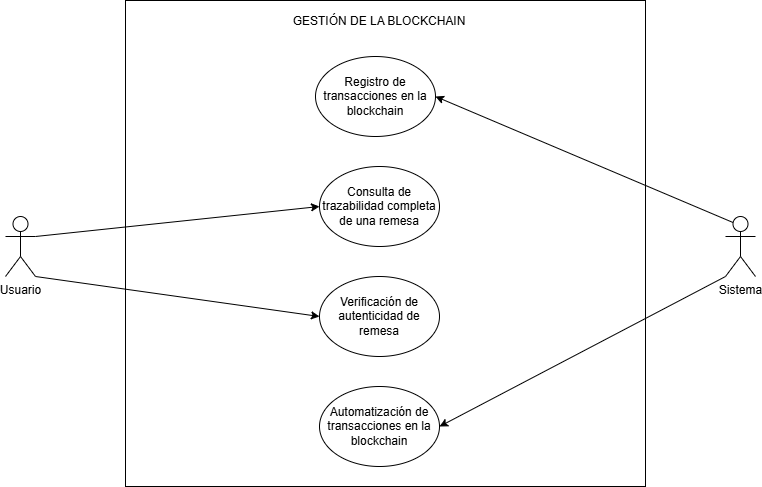
Juanjomrtz19/Trabajo-de-fin-de-grado-BlockTrack keeps this draw.io diagram as Memoria/imagenes/Analisis/gestionDeLaBlockchain.png. Above is the earlier version. Source tidied: cells renumbered, new cells last; positions are measured from the earlier drawing's top-left corner, leaving out a move shared by most shapes. Source of this version:
```xml
<mxGraphModel>
  <root>
    <mxCell id="0" />
    <mxCell id="1" parent="0" />
    <mxCell id="2" style="rounded=0;whiteSpace=wrap;html=1;" parent="1" vertex="1">
      <mxGeometry x="120" width="520" height="486" as="geometry" />
    </mxCell>
    <mxCell id="3" value="Registro de transacciones en la blockchain" style="ellipse;whiteSpace=wrap;html=1;" parent="1" vertex="1">
      <mxGeometry x="310" y="56" width="120" height="80" as="geometry" />
    </mxCell>
    <mxCell id="4" value="Consulta de trazabilidad completa de una remesa" style="ellipse;whiteSpace=wrap;html=1;" parent="1" vertex="1">
      <mxGeometry x="314" y="166" width="120" height="80" as="geometry" />
    </mxCell>
    <mxCell id="5" value="Verificación de autenticidad de remesa" style="ellipse;whiteSpace=wrap;html=1;" parent="1" vertex="1">
      <mxGeometry x="314" y="276" width="120" height="80" as="geometry" />
    </mxCell>
    <mxCell id="6" value="Automatización de transacciones en la blockchain" style="ellipse;whiteSpace=wrap;html=1;" parent="1" vertex="1">
      <mxGeometry x="314" y="386" width="120" height="80" as="geometry" />
    </mxCell>
    <mxCell id="7" value="Usuario&lt;div&gt;&lt;br&gt;&lt;/div&gt;" style="shape=umlActor;verticalLabelPosition=bottom;verticalAlign=top;html=1;outlineConnect=0;" parent="1" vertex="1">
      <mxGeometry y="216" width="30" height="60" as="geometry" />
    </mxCell>
    <mxCell id="8" value="&lt;div&gt;Sistema&lt;/div&gt;&lt;div&gt;&lt;br&gt;&lt;/div&gt;" style="shape=umlActor;verticalLabelPosition=bottom;verticalAlign=top;html=1;outlineConnect=0;" parent="1" vertex="1">
      <mxGeometry x="720" y="216" width="30" height="60" as="geometry" />
    </mxCell>
    <mxCell id="9" style="endArrow=classic;html=1;rounded=0;entryX=1;entryY=0.5;entryDx=0;entryDy=0;exitX=0.25;exitY=0.1;exitDx=0;exitDy=0;exitPerimeter=0;" parent="1" edge="1" source="8" target="3">
      <mxGeometry relative="1" as="geometry" />
    </mxCell>
    <mxCell id="10" style="endArrow=classic;html=1;rounded=0;entryX=1;entryY=0.5;entryDx=0;entryDy=0;exitX=0;exitY=1;exitDx=0;exitDy=0;exitPerimeter=0;" parent="1" edge="1" source="8" target="6">
      <mxGeometry relative="1" as="geometry" />
    </mxCell>
    <mxCell id="11" style="endArrow=classic;html=1;rounded=0;entryX=0;entryY=0.5;entryDx=0;entryDy=0;exitX=1;exitY=0.3333333333333333;exitDx=0;exitDy=0;exitPerimeter=0;" parent="1" edge="1" source="7" target="4">
      <mxGeometry relative="1" as="geometry" />
    </mxCell>
    <mxCell id="12" style="endArrow=classic;html=1;rounded=0;entryX=0;entryY=0.5;entryDx=0;entryDy=0;exitX=1;exitY=1;exitDx=0;exitDy=0;exitPerimeter=0;" parent="1" edge="1" source="7" target="5">
      <mxGeometry relative="1" as="geometry" />
    </mxCell>
    <mxCell id="13" value="GESTIÓN DE LA BLOCKCHAIN" style="text;html=1;align=center;verticalAlign=middle;whiteSpace=wrap;rounded=0;" parent="1" vertex="1">
      <mxGeometry x="254" y="6" width="240" height="30" as="geometry" />
    </mxCell>
  </root>
</mxGraphModel>
```
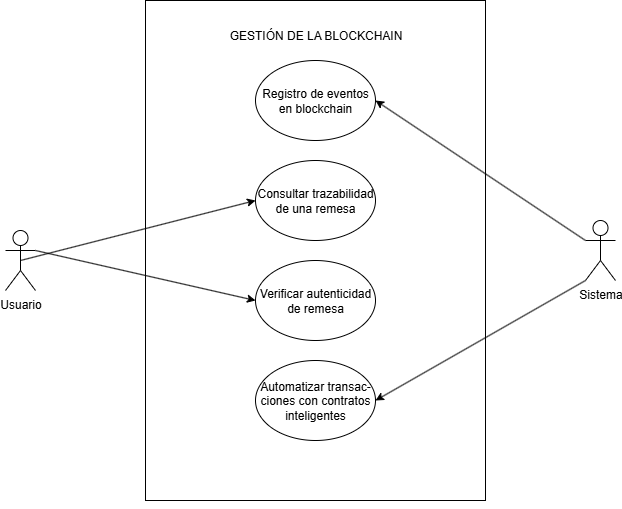
The same diagram one commit later.

The edit, as a diff of the source:
```diff
@@ -2,41 +2,47 @@
   <root>
     <mxCell id="0" />
     <mxCell id="1" parent="0" />
-    <mxCell id="2" style="rounded=0;whiteSpace=wrap;html=1;" parent="1" vertex="1">
-      <mxGeometry x="120" width="520" height="486" as="geometry" />
-    </mxCell>
-    <mxCell id="3" value="Registro de transacciones en la blockchain" style="ellipse;whiteSpace=wrap;html=1;" parent="1" vertex="1">
-      <mxGeometry x="310" y="56" width="120" height="80" as="geometry" />
-    </mxCell>
-    <mxCell id="4" value="Consulta de trazabilidad completa de una remesa" style="ellipse;whiteSpace=wrap;html=1;" parent="1" vertex="1">
-      <mxGeometry x="314" y="166" width="120" height="80" as="geometry" />
-    </mxCell>
-    <mxCell id="5" value="Verificación de autenticidad de remesa" style="ellipse;whiteSpace=wrap;html=1;" parent="1" vertex="1">
-      <mxGeometry x="314" y="276" width="120" height="80" as="geometry" />
-    </mxCell>
-    <mxCell id="6" value="Automatización de transacciones en la blockchain" style="ellipse;whiteSpace=wrap;html=1;" parent="1" vertex="1">
-      <mxGeometry x="314" y="386" width="120" height="80" as="geometry" />
-    </mxCell>
+    <mxCell id="14" style="rounded=0;whiteSpace=wrap;html=1;" parent="1" vertex="1">
+      <mxGeometry x="230" y="-154" width="340" height="500" as="geometry" />
+    </mxCell>
+    <mxCell id="13" value="GESTIÓN DE LA BLOCKCHAIN" style="text;html=1;align=center;verticalAlign=middle;strokeColor=none;fillColor=none;" parent="1" vertex="1">
+      <mxGeometry x="300" y="-134" width="200" height="30" as="geometry" />
+    </mxCell>
+    <mxCell id="15" value="Registro de eventos en blockchain" style="ellipse;whiteSpace=wrap;html=1;" parent="1" vertex="1">
+      <mxGeometry x="340" y="-94" width="120" height="80" as="geometry" />
+    </mxCell>
+    <mxCell id="16" value="Consultar trazabilidad de una remesa" style="ellipse;whiteSpace=wrap;html=1;" parent="1" vertex="1">
+      <mxGeometry x="340" y="6" width="120" height="80" as="geometry" />
+    </mxCell>
-    <mxCell id="7" value="Usuario&lt;div&gt;&lt;br&gt;&lt;/div&gt;" style="shape=umlActor;verticalLabelPosition=bottom;verticalAlign=top;html=1;outlineConnect=0;" parent="1" vertex="1">
-      <mxGeometry y="216" width="30" height="60" as="geometry" />
+    <mxCell id="7" value="Usuario" style="shape=umlActor;verticalLabelPosition=bottom;verticalAlign=top;html=1;outlineConnect=0;" parent="1" vertex="1">
+      <mxGeometry x="90" y="76" width="30" height="60" as="geometry" />
     </mxCell>
+    <mxCell id="17" style="endArrow=classic;html=1;rounded=0;exitX=1;exitY=0.3333333333333333;exitDx=0;exitDy=0;exitPerimeter=0;entryX=0;entryY=0.5;entryDx=0;entryDy=0;" parent="1" edge="1" source="7" target="21">
+      <mxGeometry relative="1" as="geometry" />
+    </mxCell>
+    <mxCell id="18" style="endArrow=classic;html=1;rounded=0;exitX=0.5;exitY=0.5;exitDx=0;exitDy=0;exitPerimeter=0;entryX=0;entryY=0.5;entryDx=0;entryDy=0;" parent="1" edge="1" source="7" target="16">
+      <mxGeometry relative="1" as="geometry" />
+    </mxCell>
+    <mxCell id="19" style="edgeStyle=orthogonalEdgeStyle;rounded=0;orthogonalLoop=1;jettySize=auto;html=1;exitX=0.5;exitY=1;exitDx=0;exitDy=0;" parent="1" edge="1" source="14" target="14">
+      <mxGeometry relative="1" as="geometry" />
+    </mxCell>
+    <mxCell id="20" style="edgeStyle=orthogonalEdgeStyle;rounded=0;orthogonalLoop=1;jettySize=auto;html=1;exitX=0.5;exitY=1;exitDx=0;exitDy=0;" parent="1" edge="1" source="14" target="14">
+      <mxGeometry relative="1" as="geometry" />
+    </mxCell>
+    <mxCell id="21" value="Verificar autenticidad de remesa" style="ellipse;whiteSpace=wrap;html=1;" parent="1" vertex="1">
+      <mxGeometry x="340" y="106" width="120" height="80" as="geometry" />
+    </mxCell>
+    <mxCell id="22" value="&lt;div&gt;Automatizar transac-&lt;/div&gt;&lt;div&gt;ciones con contratos&lt;/div&gt;&lt;div&gt;inteligentes&lt;/div&gt;" style="ellipse;whiteSpace=wrap;html=1;" parent="1" vertex="1">
+      <mxGeometry x="340" y="206" width="120" height="80" as="geometry" />
+    </mxCell>
-    <mxCell id="8" value="&lt;div&gt;Sistema&lt;/div&gt;&lt;div&gt;&lt;br&gt;&lt;/div&gt;" style="shape=umlActor;verticalLabelPosition=bottom;verticalAlign=top;html=1;outlineConnect=0;" parent="1" vertex="1">
-      <mxGeometry x="720" y="216" width="30" height="60" as="geometry" />
+    <mxCell id="8" value="Sistema" style="shape=umlActor;verticalLabelPosition=bottom;verticalAlign=top;html=1;outlineConnect=0;" parent="1" vertex="1">
+      <mxGeometry x="670" y="66" width="30" height="60" as="geometry" />
     </mxCell>
-    <mxCell id="9" style="endArrow=classic;html=1;rounded=0;entryX=1;entryY=0.5;entryDx=0;entryDy=0;exitX=0.25;exitY=0.1;exitDx=0;exitDy=0;exitPerimeter=0;" parent="1" edge="1" source="8" target="3">
-      <mxGeometry relative="1" as="geometry" />
-    </mxCell>
-    <mxCell id="10" style="endArrow=classic;html=1;rounded=0;entryX=1;entryY=0.5;entryDx=0;entryDy=0;exitX=0;exitY=1;exitDx=0;exitDy=0;exitPerimeter=0;" parent="1" edge="1" source="8" target="6">
-      <mxGeometry relative="1" as="geometry" />
-    </mxCell>
-    <mxCell id="11" style="endArrow=classic;html=1;rounded=0;entryX=0;entryY=0.5;entryDx=0;entryDy=0;exitX=1;exitY=0.3333333333333333;exitDx=0;exitDy=0;exitPerimeter=0;" parent="1" edge="1" source="7" target="4">
-      <mxGeometry relative="1" as="geometry" />
-    </mxCell>
-    <mxCell id="12" style="endArrow=classic;html=1;rounded=0;entryX=0;entryY=0.5;entryDx=0;entryDy=0;exitX=1;exitY=1;exitDx=0;exitDy=0;exitPerimeter=0;" parent="1" edge="1" source="7" target="5">
-      <mxGeometry relative="1" as="geometry" />
-    </mxCell>
-    <mxCell id="13" value="GESTIÓN DE LA BLOCKCHAIN" style="text;html=1;align=center;verticalAlign=middle;whiteSpace=wrap;rounded=0;" parent="1" vertex="1">
-      <mxGeometry x="254" y="6" width="240" height="30" as="geometry" />
-    </mxCell>
+    <mxCell id="23" style="endArrow=classic;html=1;rounded=0;entryX=1;entryY=0.5;entryDx=0;entryDy=0;exitX=0;exitY=0.3333333333333333;exitDx=0;exitDy=0;exitPerimeter=0;" parent="1" edge="1" source="8" target="15">
+      <mxGeometry relative="1" as="geometry" />
+    </mxCell>
+    <mxCell id="24" style="endArrow=classic;html=1;rounded=0;entryX=1;entryY=0.5;entryDx=0;entryDy=0;exitX=0;exitY=1;exitDx=0;exitDy=0;exitPerimeter=0;" parent="1" edge="1" source="8" target="22">
+      <mxGeometry relative="1" as="geometry" />
+    </mxCell>
   </root>
 </mxGraphModel>
```
